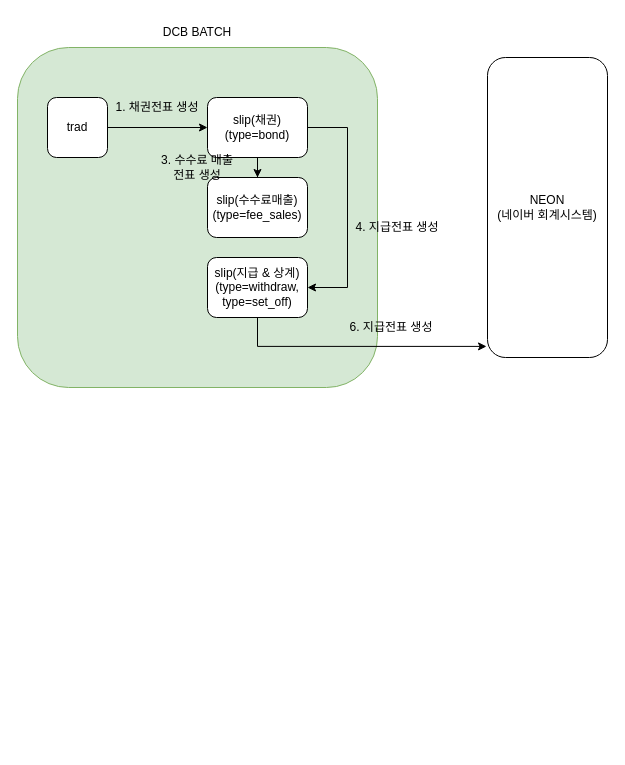
This is 정산.drawio from corns90/drawio, a draw.io file, before an edit. Source tidied: cells renumbered, new cells numbered last; positions are measured from the earlier drawing's top-left corner, leaving out a move shared by most shapes. Both pictures are drawn from the tidied source at 100%, with x=0, y=0 at pixel (17, 17).
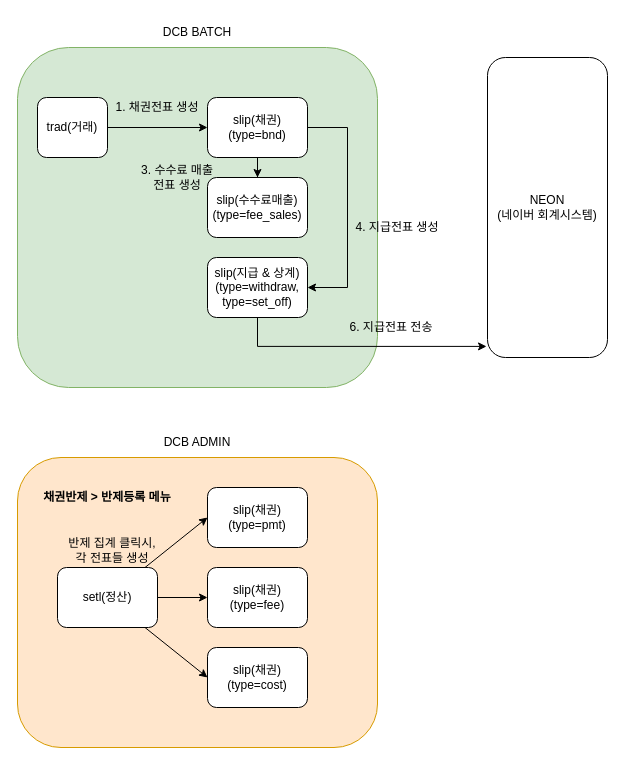
The same page after the edit.

Commit message (it also covers changes not shown here):
정산.drawio 업데이트

What changed in the source:
```diff
@@
-    <mxCell id="4" value="trad" style="rounded=1;whiteSpace=wrap;html=1;" parent="1" vertex="1">
-      <mxGeometry x="30" y="80" width="60" height="60" as="geometry" />
+    <mxCell id="4" value="trad(거래)" style="rounded=1;whiteSpace=wrap;html=1;" parent="1" vertex="1">
+      <mxGeometry x="20" y="80" width="70" height="60" as="geometry" />
     </mxCell>
@@
-    <mxCell id="7" value="slip(채권)&lt;br&gt;(type=bond)" style="rounded=1;whiteSpace=wrap;html=1;" parent="1" vertex="1">
+    <mxCell id="7" value="slip(채권)&lt;br&gt;(type=bnd)" style="rounded=1;whiteSpace=wrap;html=1;" parent="1" vertex="1">
       <mxGeometry x="190" y="80" width="100" height="60" as="geometry" />
     </mxCell>
@@
-    <mxCell id="14" value="3. 수수료 매출 &lt;br&gt;전표 생성" style="text;html=1;strokeColor=none;fillColor=none;align=center;verticalAlign=middle;whiteSpace=wrap;rounded=0;" parent="1" vertex="1">
-      <mxGeometry x="130" y="140" width="100" height="20" as="geometry" />
-    </mxCell>
@@
-    <mxCell id="16" value="6. 지급전표 생성" style="text;html=1;strokeColor=none;fillColor=none;align=center;verticalAlign=middle;whiteSpace=wrap;rounded=0;" parent="1" vertex="1">
+    <mxCell id="16" value="6. 지급전표 전송" style="text;html=1;strokeColor=none;fillColor=none;align=center;verticalAlign=middle;whiteSpace=wrap;rounded=0;" parent="1" vertex="1">
       <mxGeometry x="324" y="300" width="100" height="20" as="geometry" />
     </mxCell>
+    <mxCell id="14" value="3. 수수료 매출 &lt;br&gt;전표 생성" style="text;html=1;strokeColor=none;fillColor=none;align=center;verticalAlign=middle;whiteSpace=wrap;rounded=0;" parent="1" vertex="1">
+      <mxGeometry x="110" y="150" width="100" height="20" as="geometry" />
+    </mxCell>
+    <mxCell id="17" style="rounded=1;whiteSpace=wrap;html=1;fillColor=#ffe6cc;strokeColor=#d79b00;" parent="1" vertex="1">
+      <mxGeometry y="440" width="360" height="290" as="geometry" />
+    </mxCell>
+    <mxCell id="18" value="DCB ADMIN" style="text;html=1;strokeColor=none;fillColor=none;align=center;verticalAlign=middle;whiteSpace=wrap;rounded=0;" parent="1" vertex="1">
+      <mxGeometry x="110" y="410" width="140" height="30" as="geometry" />
+    </mxCell>
+    <mxCell id="19" value="slip(채권)&lt;br&gt;(type=pmt)" style="rounded=1;whiteSpace=wrap;html=1;" parent="1" vertex="1">
+      <mxGeometry x="190" y="470" width="100" height="60" as="geometry" />
+    </mxCell>
+    <mxCell id="20" value="slip(채권)&lt;br&gt;(type=fee)" style="rounded=1;whiteSpace=wrap;html=1;" parent="1" vertex="1">
+      <mxGeometry x="190" y="550" width="100" height="60" as="geometry" />
+    </mxCell>
+    <mxCell id="21" value="slip(채권)&lt;br&gt;(type=cost)" style="rounded=1;whiteSpace=wrap;html=1;" parent="1" vertex="1">
+      <mxGeometry x="190" y="630" width="100" height="60" as="geometry" />
+    </mxCell>
+    <mxCell id="22" style="rounded=0;jettySize=auto;html=1;entryX=0;entryY=0.5;entryDx=0;entryDy=0;" parent="1" edge="1" source="25" target="19">
+      <mxGeometry relative="1" as="geometry" />
+    </mxCell>
+    <mxCell id="23" style="edgeStyle=none;rounded=0;jettySize=auto;html=1;entryX=0;entryY=0.5;entryDx=0;entryDy=0;" parent="1" edge="1" source="25" target="20">
+      <mxGeometry relative="1" as="geometry" />
+    </mxCell>
+    <mxCell id="24" style="edgeStyle=none;rounded=0;jettySize=auto;html=1;entryX=0;entryY=0.5;entryDx=0;entryDy=0;" parent="1" edge="1" source="25" target="21">
+      <mxGeometry relative="1" as="geometry" />
+    </mxCell>
+    <mxCell id="25" value="setl(정산)" style="rounded=1;whiteSpace=wrap;html=1;" parent="1" vertex="1">
+      <mxGeometry x="40" y="550" width="100" height="60" as="geometry" />
+    </mxCell>
+    <mxCell id="26" value="채권반제 &amp;gt; 반제등록 메뉴" style="text;html=1;strokeColor=none;fillColor=none;align=center;verticalAlign=middle;whiteSpace=wrap;rounded=0;fontStyle=1;" parent="1" vertex="1">
+      <mxGeometry x="25" y="470" width="130" height="20" as="geometry" />
+    </mxCell>
+    <mxCell id="27" value="&lt;span style=&quot;font-weight: normal;&quot;&gt;반제 집계 클릭시,&lt;br&gt;각 전표들 생성&lt;/span&gt;" style="text;html=1;strokeColor=none;fillColor=none;align=center;verticalAlign=middle;whiteSpace=wrap;rounded=0;fontStyle=1;" parent="1" vertex="1">
+      <mxGeometry x="50" y="525" width="90" height="15" as="geometry" />
+    </mxCell>
```
